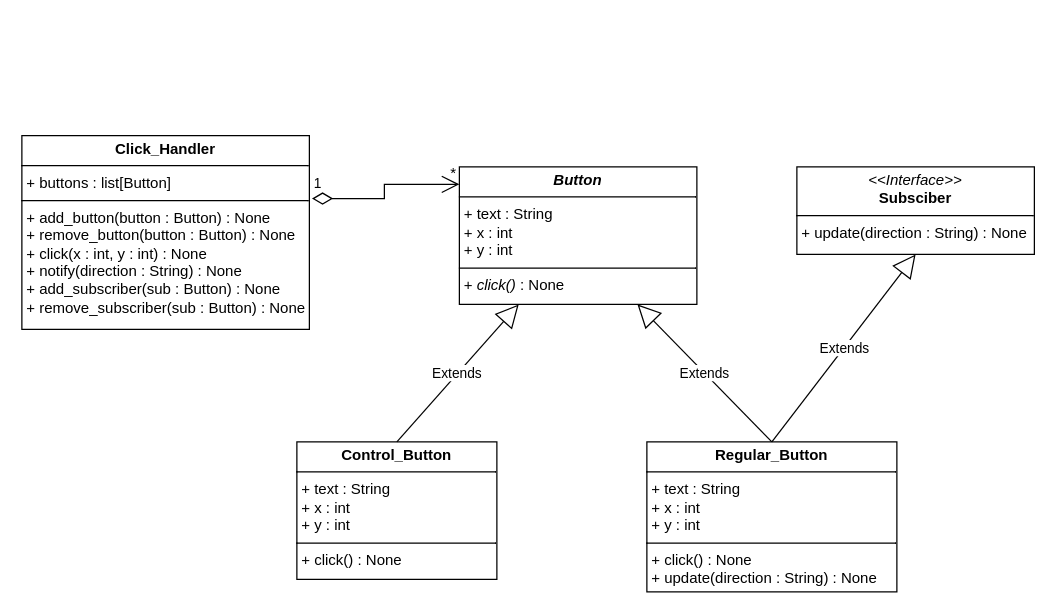
Owenyx/CS3610-Final keeps this draw.io diagram as Untitled Diagram.drawio. Above is the earlier version. Source tidied: cells renumbered, new cells numbered last; positions are measured from the earlier drawing's top-left corner, leaving out a move shared by most shapes. Both pictures are drawn from the tidied source at 125%, with x=0, y=0 at pixel (21, 135).
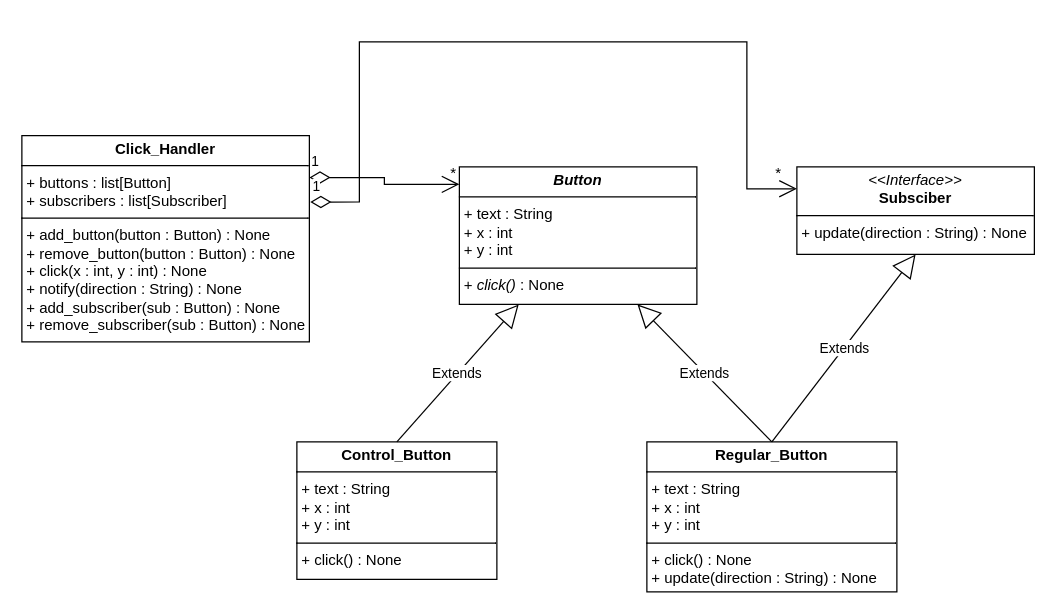
After the change.

Change to the diagram source:
```diff
@@
 <mxGraphModel>
   <root>
     <mxCell id="0" />
     <mxCell id="1" parent="0" />
     <mxCell id="2" value="&lt;p style=&quot;margin:0px;margin-top:4px;text-align:center;&quot;&gt;&lt;b&gt;&lt;i&gt;Button&lt;/i&gt;&lt;/b&gt;&lt;/p&gt;&lt;hr size=&quot;1&quot; style=&quot;border-style:solid;&quot;&gt;&lt;p style=&quot;margin:0px;margin-left:4px;&quot;&gt;+ text : String&lt;/p&gt;&lt;p style=&quot;margin:0px;margin-left:4px;&quot;&gt;+ x : int&lt;/p&gt;&lt;p style=&quot;margin:0px;margin-left:4px;&quot;&gt;+ y : int&lt;/p&gt;&lt;hr size=&quot;1&quot; style=&quot;border-style:solid;&quot;&gt;&lt;p style=&quot;margin:0px;margin-left:4px;&quot;&gt;+ &lt;i&gt;click()&amp;nbsp;&lt;/i&gt;: None&lt;/p&gt;" style="verticalAlign=top;align=left;overflow=fill;html=1;whiteSpace=wrap;" parent="1" vertex="1">
       <mxGeometry x="350" y="25" width="190" height="110" as="geometry" />
     </mxCell>
-    <mxCell id="3" value="&lt;p style=&quot;margin:0px;margin-top:4px;text-align:center;&quot;&gt;&lt;b&gt;Click_Handler&lt;/b&gt;&lt;/p&gt;&lt;hr size=&quot;1&quot; style=&quot;border-style:solid;&quot;&gt;&lt;p style=&quot;margin:0px;margin-left:4px;&quot;&gt;+ buttons : list[Button]&lt;/p&gt;&lt;hr size=&quot;1&quot; style=&quot;border-style:solid;&quot;&gt;&lt;p style=&quot;margin:0px;margin-left:4px;&quot;&gt;+ add_button(button : Button) : None&lt;/p&gt;&lt;p style=&quot;margin:0px;margin-left:4px;&quot;&gt;+ remove_button(button : Button) : None&lt;/p&gt;&lt;p style=&quot;margin:0px;margin-left:4px;&quot;&gt;+ click(x : int, y : int) : None&lt;/p&gt;&lt;p style=&quot;margin:0px;margin-left:4px;&quot;&gt;+ notify(direction : String) : None&lt;/p&gt;&lt;p style=&quot;margin:0px;margin-left:4px;&quot;&gt;+ add_subscriber(sub : Button) : None&lt;/p&gt;&lt;p style=&quot;margin:0px;margin-left:4px;&quot;&gt;+ remove_subscriber(sub : Button) : None&lt;/p&gt;" style="verticalAlign=top;align=left;overflow=fill;html=1;whiteSpace=wrap;" parent="1" vertex="1">
-      <mxGeometry width="230" height="155" as="geometry" />
+    <mxCell id="3" value="&lt;p style=&quot;margin:0px;margin-top:4px;text-align:center;&quot;&gt;&lt;b&gt;Click_Handler&lt;/b&gt;&lt;/p&gt;&lt;hr size=&quot;1&quot; style=&quot;border-style:solid;&quot;&gt;&lt;p style=&quot;margin:0px;margin-left:4px;&quot;&gt;+ buttons : list[Button]&lt;/p&gt;&lt;p style=&quot;margin:0px;margin-left:4px;&quot;&gt;+ subscribers : list[Subscriber]&lt;/p&gt;&lt;hr size=&quot;1&quot; style=&quot;border-style:solid;&quot;&gt;&lt;p style=&quot;margin:0px;margin-left:4px;&quot;&gt;+ add_button(button : Button) : None&lt;/p&gt;&lt;p style=&quot;margin:0px;margin-left:4px;&quot;&gt;+ remove_button(button : Button) : None&lt;/p&gt;&lt;p style=&quot;margin:0px;margin-left:4px;&quot;&gt;+ click(x : int, y : int) : None&lt;/p&gt;&lt;p style=&quot;margin:0px;margin-left:4px;&quot;&gt;+ notify(direction : String) : None&lt;/p&gt;&lt;p style=&quot;margin:0px;margin-left:4px;&quot;&gt;+ add_subscriber(sub : Button) : None&lt;/p&gt;&lt;p style=&quot;margin:0px;margin-left:4px;&quot;&gt;+ remove_subscriber(sub : Button) : None&lt;/p&gt;" style="verticalAlign=top;align=left;overflow=fill;html=1;whiteSpace=wrap;" parent="1" vertex="1">
+      <mxGeometry width="230" height="165" as="geometry" />
     </mxCell>
     <mxCell id="4" value="&lt;p style=&quot;margin:0px;margin-top:4px;text-align:center;&quot;&gt;&lt;i&gt;&amp;lt;&amp;lt;Interface&amp;gt;&amp;gt;&lt;/i&gt;&lt;br&gt;&lt;b&gt;Subsciber&lt;/b&gt;&lt;/p&gt;&lt;hr size=&quot;1&quot; style=&quot;border-style:solid;&quot;&gt;&lt;p style=&quot;margin:0px;margin-left:4px;&quot;&gt;+ update(direction : String) : None&lt;/p&gt;" style="verticalAlign=top;align=left;overflow=fill;html=1;whiteSpace=wrap;" parent="1" vertex="1">
       <mxGeometry x="620" y="25" width="190" height="70" as="geometry" />
     </mxCell>
     <mxCell id="5" value="&lt;p style=&quot;margin:0px;margin-top:4px;text-align:center;&quot;&gt;&lt;b&gt;Control_Button&lt;/b&gt;&lt;/p&gt;&lt;hr size=&quot;1&quot; style=&quot;border-style:solid;&quot;&gt;&lt;p style=&quot;margin: 0px 0px 0px 4px;&quot;&gt;+ text : String&lt;/p&gt;&lt;p style=&quot;margin: 0px 0px 0px 4px;&quot;&gt;+ x : int&lt;/p&gt;&lt;p style=&quot;margin: 0px 0px 0px 4px;&quot;&gt;+ y : int&lt;/p&gt;&lt;hr style=&quot;border-style: solid;&quot; size=&quot;1&quot;&gt;&lt;p style=&quot;margin: 0px 0px 0px 4px;&quot;&gt;+&amp;nbsp;click()&amp;nbsp;: None&lt;/p&gt;" style="verticalAlign=top;align=left;overflow=fill;html=1;whiteSpace=wrap;" parent="1" vertex="1">
       <mxGeometry x="220" y="245" width="160" height="110" as="geometry" />
     </mxCell>
     <mxCell id="6" value="&lt;p style=&quot;margin:0px;margin-top:4px;text-align:center;&quot;&gt;&lt;b&gt;Regular_Button&lt;/b&gt;&lt;/p&gt;&lt;hr size=&quot;1&quot; style=&quot;border-style:solid;&quot;&gt;&lt;p style=&quot;margin: 0px 0px 0px 4px;&quot;&gt;+ text : String&lt;/p&gt;&lt;p style=&quot;margin: 0px 0px 0px 4px;&quot;&gt;+ x : int&lt;/p&gt;&lt;p style=&quot;margin: 0px 0px 0px 4px;&quot;&gt;+ y : int&lt;/p&gt;&lt;hr style=&quot;border-style: solid;&quot; size=&quot;1&quot;&gt;&lt;p style=&quot;margin: 0px 0px 0px 4px;&quot;&gt;+&amp;nbsp;click()&amp;nbsp;: None&lt;/p&gt;&lt;p style=&quot;margin: 0px 0px 0px 4px;&quot;&gt;+ update(direction : String) : None&lt;/p&gt;" style="verticalAlign=top;align=left;overflow=fill;html=1;whiteSpace=wrap;" parent="1" vertex="1">
       <mxGeometry x="500" y="245" width="200" height="120" as="geometry" />
     </mxCell>
     <mxCell id="7" value="Extends" style="endArrow=block;endSize=16;endFill=0;html=1;rounded=0;exitX=0.5;exitY=0;exitDx=0;exitDy=0;entryX=0.25;entryY=1;entryDx=0;entryDy=0;" parent="1" edge="1" source="5" target="2">
       <mxGeometry relative="1" as="geometry" />
     </mxCell>
     <mxCell id="8" value="Extends" style="endArrow=block;endSize=16;endFill=0;html=1;rounded=0;exitX=0.5;exitY=0;exitDx=0;exitDy=0;entryX=0.75;entryY=1;entryDx=0;entryDy=0;" parent="1" edge="1" source="6" target="2">
       <mxGeometry relative="1" as="geometry" />
     </mxCell>
     <mxCell id="9" value="Extends" style="endArrow=block;endSize=16;endFill=0;html=1;rounded=0;exitX=0.5;exitY=0;exitDx=0;exitDy=0;entryX=0.5;entryY=1;entryDx=0;entryDy=0;" parent="1" edge="1" source="6" target="4">
       <mxGeometry relative="1" as="geometry" />
     </mxCell>
-    <mxCell id="10" value="1" style="endArrow=open;html=1;endSize=12;startArrow=diamondThin;startSize=14;startFill=0;edgeStyle=orthogonalEdgeStyle;align=left;verticalAlign=bottom;rounded=0;exitX=1.009;exitY=0.325;exitDx=0;exitDy=0;exitPerimeter=0;entryX=0;entryY=0.127;entryDx=0;entryDy=0;entryPerimeter=0;" parent="1" edge="1" source="3" target="2">
+    <mxCell id="10" value="1" style="endArrow=open;html=1;endSize=12;startArrow=diamondThin;startSize=14;startFill=0;edgeStyle=orthogonalEdgeStyle;align=left;verticalAlign=bottom;rounded=0;exitX=1;exitY=0.203;exitDx=0;exitDy=0;entryX=0;entryY=0.127;entryDx=0;entryDy=0;entryPerimeter=0;exitPerimeter=0;" parent="1" edge="1" source="3" target="2">
       <mxGeometry x="-1" y="3" relative="1" as="geometry" />
     </mxCell>
     <mxCell id="11" value="*" style="text;html=1;align=center;verticalAlign=middle;strokeColor=none;fillColor=none;" parent="1" vertex="1">
       <mxGeometry x="330" y="15" width="30" height="30" as="geometry" />
     </mxCell>
+    <mxCell id="12" value="1" style="endArrow=open;html=1;endSize=12;startArrow=diamondThin;startSize=14;startFill=0;edgeStyle=orthogonalEdgeStyle;align=left;verticalAlign=bottom;rounded=0;exitX=1.003;exitY=0.322;exitDx=0;exitDy=0;entryX=0;entryY=0.25;entryDx=0;entryDy=0;exitPerimeter=0;" parent="1" edge="1" source="3" target="4">
+      <mxGeometry x="-1" y="3" relative="1" as="geometry">
+        <Array as="points">
+          <mxPoint x="270" y="53" />
+          <mxPoint x="270" y="-75" />
+          <mxPoint x="580" y="-75" />
+          <mxPoint x="580" y="43" />
+        </Array>
+      </mxGeometry>
+    </mxCell>
+    <mxCell id="13" value="*" style="text;html=1;align=center;verticalAlign=middle;strokeColor=none;fillColor=none;" parent="1" vertex="1">
+      <mxGeometry x="590" y="15" width="30" height="30" as="geometry" />
+    </mxCell>
   </root>
 </mxGraphModel>
```
